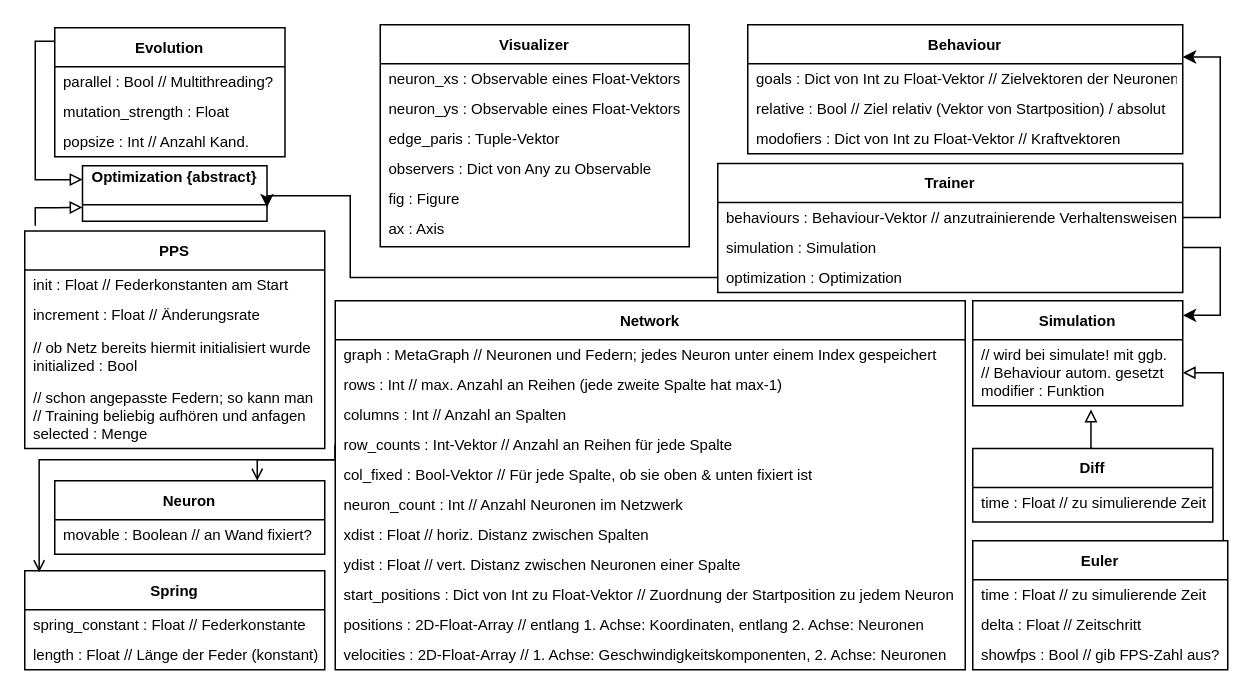
This is page "Page-2" (1 of 2) of 2024/JuFo_regional/bilder/UML.drawio from Alexander-Reimer/Simulation-of-MNNs, a draw.io file, before an edit. Source tidied: cells renumbered, new cells numbered last; positions are measured from the earlier drawing's top-left corner, leaving out a move shared by most shapes. Both pictures are drawn from the tidied source at 150%, with x=0, y=0 at pixel (-236, 24).
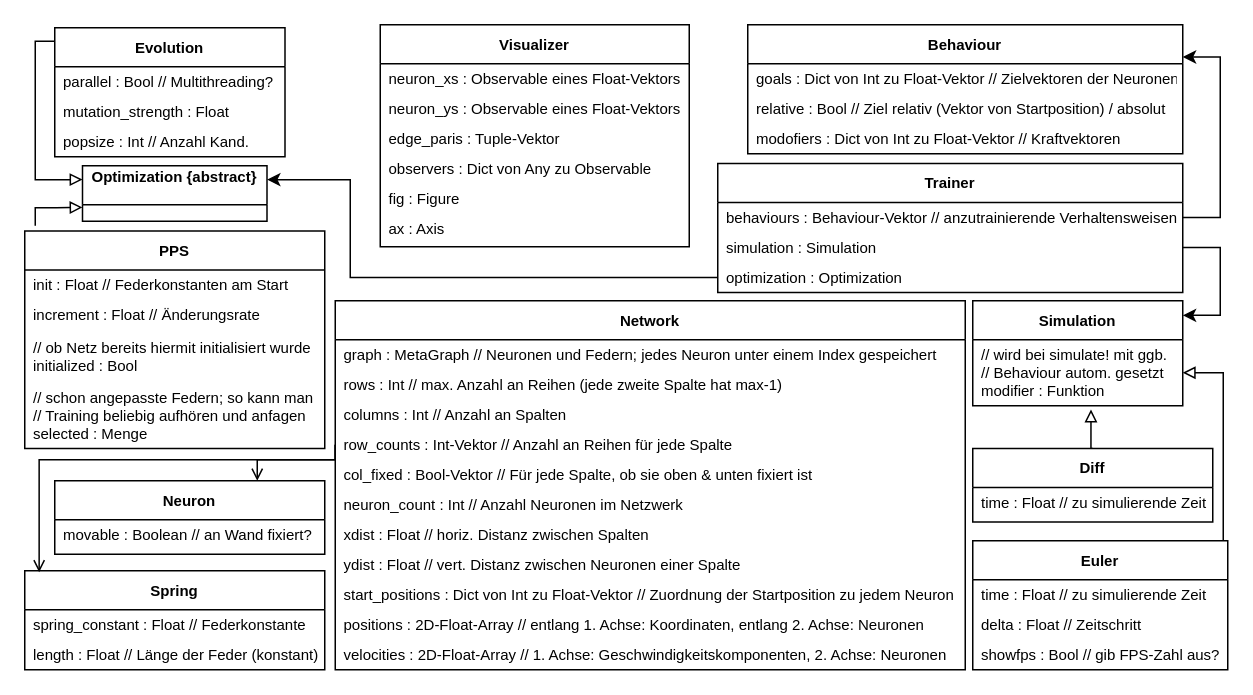
Above is the later version.

Unchanged cells that the change refers to:
```xml
<mxCell id="30" value="optimization : Optimization" style="text;align=left;verticalAlign=middle;spacingLeft=4;spacingRight=4;overflow=hidden;points=[[0,0.5],[1,0.5]];portConstraint=eastwest;fontSize=10;" parent="27" vertex="1">
  <mxGeometry y="66" width="310" height="20" as="geometry" />
</mxCell>
<mxCell id="42" value="Optimization {abstract}&#10;" style="swimlane;fontStyle=1;align=center;verticalAlign=middle;horizontal=1;startSize=26;rounded=0;shadow=0;strokeWidth=1;fontSize=10;" parent="1" vertex="1">
  <mxGeometry x="211.5" y="94" width="123" height="37" as="geometry" />
</mxCell>
```

What changed in the source:
```diff
@@
-    <mxCell id="53" style="edgeStyle=orthogonalEdgeStyle;rounded=0;jettySize=auto;html=1;exitX=0;exitY=0.5;exitDx=0;exitDy=0;fontSize=10;verticalAlign=middle;entryX=1;entryY=0.75;entryDx=0;entryDy=0;" parent="1" edge="1" source="30" target="42">
+    <mxCell id="53" style="edgeStyle=orthogonalEdgeStyle;rounded=0;jettySize=auto;html=1;exitX=0;exitY=0.5;exitDx=0;exitDy=0;fontSize=10;verticalAlign=middle;entryX=1;entryY=0.25;entryDx=0;entryDy=0;" parent="1" edge="1" source="30" target="42">
       <mxGeometry relative="1" as="geometry">
         <Array as="points">
-          <mxPoint x="390" y="169" />
-          <mxPoint x="390" y="114" />
+          <mxPoint x="390" y="168" />
+          <mxPoint x="390" y="104" />
+          <mxPoint x="334" y="104" />
         </Array>
       </mxGeometry>
     </mxCell>
```
